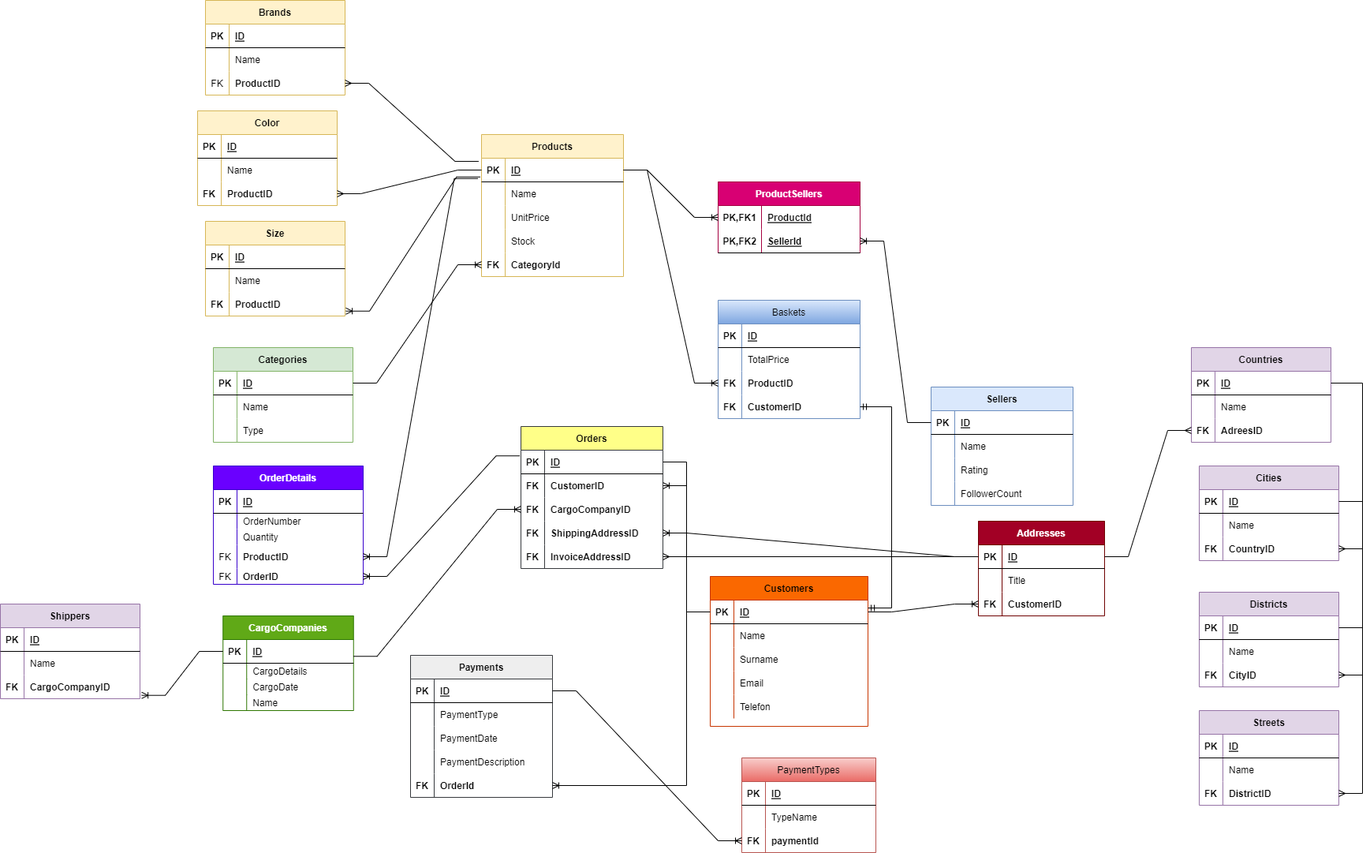
The draw.io diagram ERDiyagramiOdevi.drawio.png in cigdemtok/AkademiEgitimlerim, before a commit. Source tidied: cells renumbered, new cells last; positions are measured from the earlier drawing's top-left corner, leaving out a move shared by most shapes.
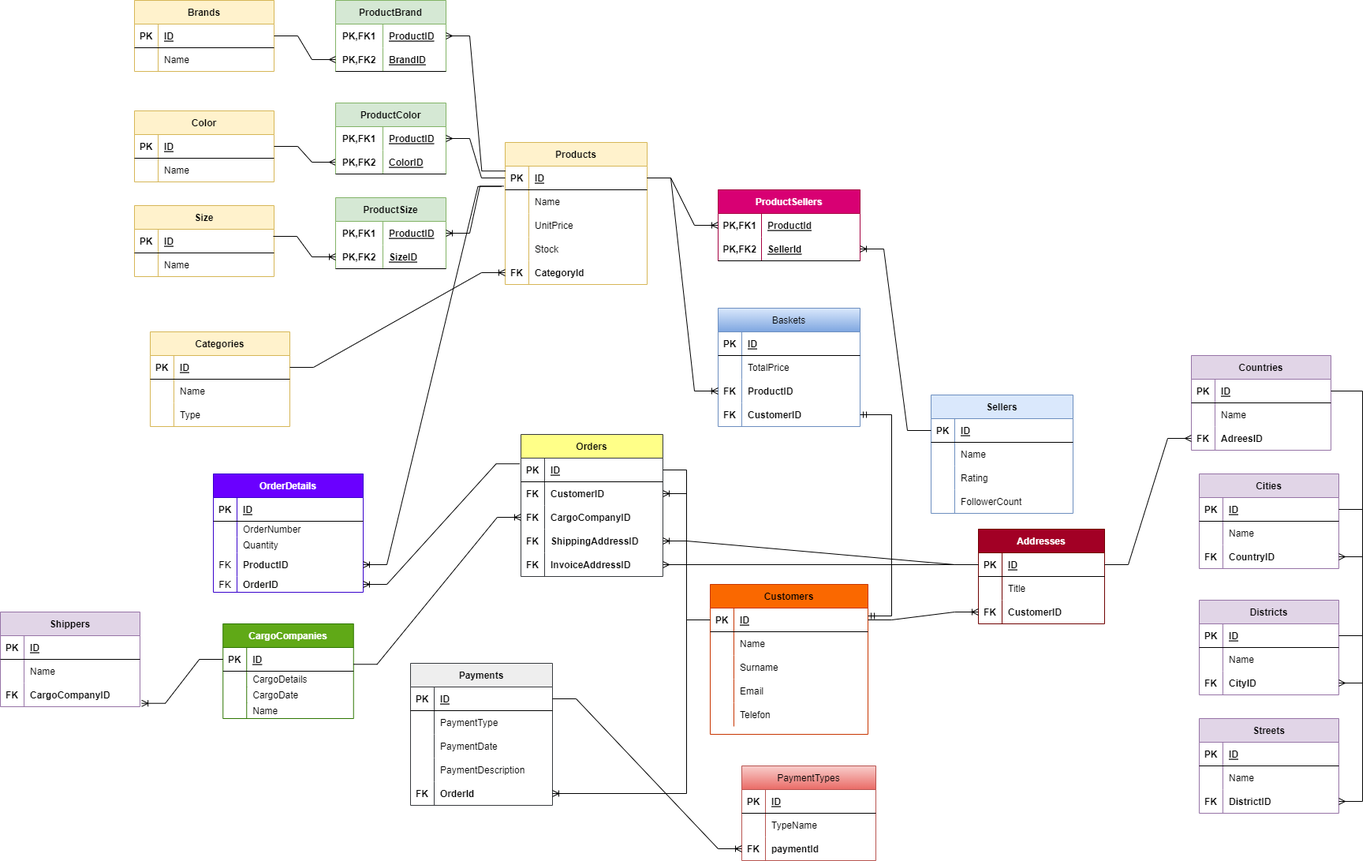
After the change.

Diff of the diagram source:
```diff
@@ -3,7 +3,7 @@
     <mxCell id="0" />
     <mxCell id="1" parent="0" />
     <mxCell id="2" value="Products" style="shape=table;startSize=30;rowLines=0;fontStyle=1;align=center;fillColor=#fff2cc;strokeColor=#d6b656;" parent="1" vertex="1">
-      <mxGeometry x="610" y="170" width="180" height="180" as="geometry" />
+      <mxGeometry x="640" y="170" width="180" height="180" as="geometry" />
     </mxCell>
     <mxCell id="3" style="shape=tableRow;horizontal=0;startSize=0;swimlaneHead=0;swimlaneBody=0;fillColor=none;points=[[0,0.5],[1,0.5]];portConstraint=eastwest;top=0;left=0;right=0;bottom=1;" parent="2" vertex="1">
       <mxGeometry y="30" width="180" height="30" as="geometry" />
@@ -50,8 +50,8 @@
     <mxCell id="17" value="CategoryId" style="shape=partialRectangle;fillColor=none;top=0;left=0;bottom=0;right=0;align=left;spacingLeft=6;overflow=hidden;fontStyle=1;" parent="15" vertex="1">
       <mxGeometry x="30" width="150" height="30" as="geometry" />
     </mxCell>
-    <mxCell id="18" value="Categories" style="shape=table;startSize=30;rowLines=0;fontStyle=1;align=center;fillColor=#d5e8d4;strokeColor=#82b366;" parent="1" vertex="1">
-      <mxGeometry x="270" y="440" width="177" height="120" as="geometry" />
+    <mxCell id="18" value="Categories" style="shape=table;startSize=30;rowLines=0;fontStyle=1;align=center;fillColor=#fff2cc;strokeColor=#d6b656;" parent="1" vertex="1">
+      <mxGeometry x="190" y="410" width="177" height="120" as="geometry" />
     </mxCell>
     <mxCell id="19" style="shape=tableRow;horizontal=0;startSize=0;swimlaneHead=0;swimlaneBody=0;fillColor=none;points=[[0,0.5],[1,0.5]];portConstraint=eastwest;top=0;left=0;right=0;bottom=1;" parent="18" vertex="1">
       <mxGeometry y="30" width="177" height="30" as="geometry" />
@@ -512,7 +512,7 @@
       </mxGeometry>
     </mxCell>
     <mxCell id="171" value="Size" style="shape=table;startSize=30;rowLines=0;fontStyle=1;align=center;fillColor=#fff2cc;strokeColor=#d6b656;" parent="1" vertex="1">
-      <mxGeometry x="260" y="280" width="177" height="120" as="geometry" />
+      <mxGeometry x="170" y="250" width="177" height="90" as="geometry" />
     </mxCell>
     <mxCell id="172" style="shape=tableRow;horizontal=0;startSize=0;swimlaneHead=0;swimlaneBody=0;fillColor=none;points=[[0,0.5],[1,0.5]];portConstraint=eastwest;top=0;left=0;right=0;bottom=1;" parent="171" vertex="1">
       <mxGeometry y="30" width="177" height="30" as="geometry" />
@@ -532,17 +532,8 @@
     <mxCell id="177" value="Name" style="shape=partialRectangle;fillColor=none;top=0;left=0;bottom=0;right=0;align=left;spacingLeft=6;overflow=hidden;" parent="175" vertex="1">
       <mxGeometry x="30" width="147" height="30" as="geometry" />
     </mxCell>
-    <mxCell id="178" style="shape=tableRow;horizontal=0;startSize=0;swimlaneHead=0;swimlaneBody=0;fillColor=none;points=[[0,0.5],[1,0.5]];portConstraint=eastwest;top=0;left=0;right=0;bottom=0;" parent="171" vertex="1">
-      <mxGeometry y="90" width="177" height="30" as="geometry" />
-    </mxCell>
-    <mxCell id="179" value="FK" style="shape=partialRectangle;fillColor=none;top=0;left=0;bottom=0;right=0;overflow=hidden;fontStyle=1;" parent="178" vertex="1">
-      <mxGeometry width="30" height="30" as="geometry" />
-    </mxCell>
-    <mxCell id="180" value="ProductID" style="shape=partialRectangle;fillColor=none;top=0;left=0;bottom=0;right=0;align=left;spacingLeft=6;overflow=hidden;fontStyle=1;" parent="178" vertex="1">
-      <mxGeometry x="30" width="147" height="30" as="geometry" />
-    </mxCell>
     <mxCell id="181" value="Color" style="shape=table;startSize=30;rowLines=0;fontStyle=1;align=center;fillColor=#fff2cc;strokeColor=#d6b656;" parent="1" vertex="1">
-      <mxGeometry x="250" y="140" width="177" height="120" as="geometry" />
+      <mxGeometry x="170" y="130" width="177" height="90" as="geometry" />
     </mxCell>
     <mxCell id="182" style="shape=tableRow;horizontal=0;startSize=0;swimlaneHead=0;swimlaneBody=0;fillColor=none;points=[[0,0.5],[1,0.5]];portConstraint=eastwest;top=0;left=0;right=0;bottom=1;" parent="181" vertex="1">
       <mxGeometry y="30" width="177" height="30" as="geometry" />
@@ -562,16 +553,7 @@
     <mxCell id="187" value="Name" style="shape=partialRectangle;fillColor=none;top=0;left=0;bottom=0;right=0;align=left;spacingLeft=6;overflow=hidden;" parent="185" vertex="1">
       <mxGeometry x="30" width="147" height="30" as="geometry" />
     </mxCell>
-    <mxCell id="188" style="shape=tableRow;horizontal=0;startSize=0;swimlaneHead=0;swimlaneBody=0;fillColor=none;points=[[0,0.5],[1,0.5]];portConstraint=eastwest;top=0;left=0;right=0;bottom=0;" parent="181" vertex="1">
-      <mxGeometry y="90" width="177" height="30" as="geometry" />
-    </mxCell>
-    <mxCell id="189" value="FK" style="shape=partialRectangle;fillColor=none;top=0;left=0;bottom=0;right=0;overflow=hidden;fontStyle=1;" parent="188" vertex="1">
-      <mxGeometry width="30" height="30" as="geometry" />
-    </mxCell>
-    <mxCell id="190" value="ProductID" style="shape=partialRectangle;fillColor=none;top=0;left=0;bottom=0;right=0;align=left;spacingLeft=6;overflow=hidden;fontStyle=1;" parent="188" vertex="1">
-      <mxGeometry x="30" width="147" height="30" as="geometry" />
-    </mxCell>
-    <mxCell id="191" style="edgeStyle=entityRelationEdgeStyle;fontSize=12;html=1;endArrow=ERmany;rounded=0;exitX=0;exitY=0.5;exitDx=0;exitDy=0;entryX=1;entryY=0.5;entryDx=0;entryDy=0;" parent="1" edge="1" source="3" target="188">
+    <mxCell id="191" style="edgeStyle=entityRelationEdgeStyle;fontSize=12;html=1;endArrow=ERmany;rounded=0;exitX=1;exitY=0.5;exitDx=0;exitDy=0;entryX=0;entryY=0.5;entryDx=0;entryDy=0;" parent="1" edge="1" source="182" target="272">
       <mxGeometry relative="1" as="geometry" />
     </mxCell>
     <mxCell id="192" value="Shippers" style="shape=table;startSize=30;rowLines=0;fontStyle=1;align=center;fillColor=#e1d5e7;strokeColor=#9673a6;" parent="1" vertex="1">
@@ -737,7 +719,7 @@
       <mxGeometry relative="1" as="geometry" />
     </mxCell>
     <mxCell id="246" value="Brands" style="shape=table;startSize=30;rowLines=0;fontStyle=1;align=center;fillColor=#fff2cc;strokeColor=#d6b656;" parent="1" vertex="1">
-      <mxGeometry x="260" width="177" height="120" as="geometry" />
+      <mxGeometry x="170" y="-10" width="177" height="90" as="geometry" />
     </mxCell>
     <mxCell id="247" style="shape=tableRow;horizontal=0;startSize=0;swimlaneHead=0;swimlaneBody=0;fillColor=none;points=[[0,0.5],[1,0.5]];portConstraint=eastwest;top=0;left=0;right=0;bottom=1;" parent="246" vertex="1">
       <mxGeometry y="30" width="177" height="30" as="geometry" />
@@ -757,26 +739,89 @@
     <mxCell id="252" value="Name" style="shape=partialRectangle;fillColor=none;top=0;left=0;bottom=0;right=0;align=left;spacingLeft=6;overflow=hidden;" parent="250" vertex="1">
       <mxGeometry x="30" width="147" height="30" as="geometry" />
     </mxCell>
-    <mxCell id="253" style="shape=tableRow;horizontal=0;startSize=0;swimlaneHead=0;swimlaneBody=0;fillColor=none;points=[[0,0.5],[1,0.5]];portConstraint=eastwest;top=0;left=0;right=0;bottom=0;" parent="246" vertex="1">
-      <mxGeometry y="90" width="177" height="30" as="geometry" />
-    </mxCell>
-    <mxCell id="254" value="FK" style="shape=partialRectangle;fillColor=none;top=0;left=0;bottom=0;right=0;overflow=hidden;" parent="253" vertex="1">
-      <mxGeometry width="30" height="30" as="geometry" />
-    </mxCell>
-    <mxCell id="255" value="ProductID" style="shape=partialRectangle;fillColor=none;top=0;left=0;bottom=0;right=0;align=left;spacingLeft=6;overflow=hidden;fontStyle=1;" parent="253" vertex="1">
-      <mxGeometry x="30" width="147" height="30" as="geometry" />
-    </mxCell>
-    <mxCell id="256" style="edgeStyle=entityRelationEdgeStyle;fontSize=12;html=1;endArrow=ERoneToMany;rounded=0;exitX=-0.009;exitY=0.792;exitDx=0;exitDy=0;exitPerimeter=0;entryX=1.006;entryY=0.792;entryDx=0;entryDy=0;entryPerimeter=0;" parent="1" edge="1" source="3" target="178">
-      <mxGeometry relative="1" as="geometry" />
-    </mxCell>
-    <mxCell id="257" style="edgeStyle=entityRelationEdgeStyle;fontSize=12;html=1;endArrow=ERmany;rounded=0;exitX=-0.02;exitY=0.133;exitDx=0;exitDy=0;entryX=1;entryY=0.5;entryDx=0;entryDy=0;exitPerimeter=0;" parent="1" edge="1" source="3" target="253">
-      <mxGeometry relative="1" as="geometry" />
-    </mxCell>
     <mxCell id="258" style="edgeStyle=entityRelationEdgeStyle;fontSize=12;html=1;endArrow=ERoneToMany;rounded=0;exitX=0;exitY=0.5;exitDx=0;exitDy=0;entryX=1.012;entryY=0.857;entryDx=0;entryDy=0;entryPerimeter=0;" parent="1" edge="1" source="78" target="199">
       <mxGeometry relative="1" as="geometry" />
     </mxCell>
     <mxCell id="259" style="edgeStyle=entityRelationEdgeStyle;fontSize=12;html=1;endArrow=ERmany;rounded=0;entryX=1;entryY=0.5;entryDx=0;entryDy=0;exitX=0;exitY=0.5;exitDx=0;exitDy=0;" parent="1" edge="1" source="45" target="145">
       <mxGeometry relative="1" as="geometry" />
     </mxCell>
+    <mxCell id="260" value="ProductBrand" style="shape=table;startSize=30;rowLines=0;fontStyle=1;align=center;fillColor=#d5e8d4;strokeColor=#82b366;" parent="1" vertex="1">
+      <mxGeometry x="425" y="-10" width="140" height="90" as="geometry" />
+    </mxCell>
+    <mxCell id="261" style="shape=tableRow;horizontal=0;startSize=0;swimlaneHead=0;swimlaneBody=0;fillColor=none;points=[[0,0.5],[1,0.5]];portConstraint=eastwest;top=0;left=0;right=0;bottom=0;" parent="260" vertex="1">
+      <mxGeometry y="30" width="140" height="30" as="geometry" />
+    </mxCell>
+    <mxCell id="262" value="PK,FK1" style="shape=partialRectangle;fillColor=none;top=0;left=0;bottom=0;right=0;fontStyle=1;overflow=hidden;" parent="261" vertex="1">
+      <mxGeometry width="60" height="30" as="geometry" />
+    </mxCell>
+    <mxCell id="263" value="ProductID" style="shape=partialRectangle;fillColor=none;top=0;left=0;bottom=0;right=0;align=left;spacingLeft=6;fontStyle=5;overflow=hidden;" parent="261" vertex="1">
+      <mxGeometry x="60" width="80" height="30" as="geometry" />
+    </mxCell>
+    <mxCell id="264" style="shape=tableRow;horizontal=0;startSize=0;swimlaneHead=0;swimlaneBody=0;fillColor=none;points=[[0,0.5],[1,0.5]];portConstraint=eastwest;top=0;left=0;right=0;bottom=1;" parent="260" vertex="1">
+      <mxGeometry y="60" width="140" height="30" as="geometry" />
+    </mxCell>
+    <mxCell id="265" value="PK,FK2" style="shape=partialRectangle;fillColor=none;top=0;left=0;bottom=0;right=0;fontStyle=1;overflow=hidden;" parent="264" vertex="1">
+      <mxGeometry width="60" height="30" as="geometry" />
+    </mxCell>
+    <mxCell id="266" value="BrandID" style="shape=partialRectangle;fillColor=none;top=0;left=0;bottom=0;right=0;align=left;spacingLeft=6;fontStyle=5;overflow=hidden;" parent="264" vertex="1">
+      <mxGeometry x="60" width="80" height="30" as="geometry" />
+    </mxCell>
+    <mxCell id="257" style="edgeStyle=entityRelationEdgeStyle;fontSize=12;html=1;endArrow=ERmany;rounded=0;exitX=1;exitY=0.5;exitDx=0;exitDy=0;entryX=0;entryY=0.5;entryDx=0;entryDy=0;" parent="1" edge="1" source="247" target="264">
+      <mxGeometry relative="1" as="geometry" />
+    </mxCell>
+    <mxCell id="267" style="edgeStyle=entityRelationEdgeStyle;fontSize=12;html=1;endArrow=ERmany;rounded=0;exitX=0.002;exitY=0.207;exitDx=0;exitDy=0;entryX=1;entryY=0.5;entryDx=0;entryDy=0;exitPerimeter=0;" parent="1" edge="1" source="3" target="261">
+      <mxGeometry relative="1" as="geometry" />
+    </mxCell>
+    <mxCell id="268" value="ProductColor" style="shape=table;startSize=30;rowLines=0;fontStyle=1;align=center;fillColor=#d5e8d4;strokeColor=#82b366;" parent="1" vertex="1">
+      <mxGeometry x="425" y="120" width="140" height="90" as="geometry" />
+    </mxCell>
+    <mxCell id="269" style="shape=tableRow;horizontal=0;startSize=0;swimlaneHead=0;swimlaneBody=0;fillColor=none;points=[[0,0.5],[1,0.5]];portConstraint=eastwest;top=0;left=0;right=0;bottom=0;" parent="268" vertex="1">
+      <mxGeometry y="30" width="140" height="30" as="geometry" />
+    </mxCell>
+    <mxCell id="270" value="PK,FK1" style="shape=partialRectangle;fillColor=none;top=0;left=0;bottom=0;right=0;fontStyle=1;overflow=hidden;" parent="269" vertex="1">
+      <mxGeometry width="60" height="30" as="geometry" />
+    </mxCell>
+    <mxCell id="271" value="ProductID" style="shape=partialRectangle;fillColor=none;top=0;left=0;bottom=0;right=0;align=left;spacingLeft=6;fontStyle=5;overflow=hidden;" parent="269" vertex="1">
+      <mxGeometry x="60" width="80" height="30" as="geometry" />
+    </mxCell>
+    <mxCell id="272" style="shape=tableRow;horizontal=0;startSize=0;swimlaneHead=0;swimlaneBody=0;fillColor=none;points=[[0,0.5],[1,0.5]];portConstraint=eastwest;top=0;left=0;right=0;bottom=1;" parent="268" vertex="1">
+      <mxGeometry y="60" width="140" height="30" as="geometry" />
+    </mxCell>
+    <mxCell id="273" value="PK,FK2" style="shape=partialRectangle;fillColor=none;top=0;left=0;bottom=0;right=0;fontStyle=1;overflow=hidden;" parent="272" vertex="1">
+      <mxGeometry width="60" height="30" as="geometry" />
+    </mxCell>
+    <mxCell id="274" value="ColorID" style="shape=partialRectangle;fillColor=none;top=0;left=0;bottom=0;right=0;align=left;spacingLeft=6;fontStyle=5;overflow=hidden;" parent="272" vertex="1">
+      <mxGeometry x="60" width="80" height="30" as="geometry" />
+    </mxCell>
+    <mxCell id="275" style="edgeStyle=entityRelationEdgeStyle;fontSize=12;html=1;endArrow=ERmany;rounded=0;entryX=1;entryY=0.5;entryDx=0;entryDy=0;exitX=0;exitY=0.5;exitDx=0;exitDy=0;" parent="1" edge="1" source="3" target="269">
+      <mxGeometry relative="1" as="geometry" />
+    </mxCell>
+    <mxCell id="276" value="ProductSize" style="shape=table;startSize=30;rowLines=0;fontStyle=1;align=center;fillColor=#d5e8d4;strokeColor=#82b366;" parent="1" vertex="1">
+      <mxGeometry x="425" y="240" width="140" height="90" as="geometry" />
+    </mxCell>
+    <mxCell id="277" style="shape=tableRow;horizontal=0;startSize=0;swimlaneHead=0;swimlaneBody=0;fillColor=none;points=[[0,0.5],[1,0.5]];portConstraint=eastwest;top=0;left=0;right=0;bottom=0;" parent="276" vertex="1">
+      <mxGeometry y="30" width="140" height="30" as="geometry" />
+    </mxCell>
+    <mxCell id="278" value="PK,FK1" style="shape=partialRectangle;fillColor=none;top=0;left=0;bottom=0;right=0;fontStyle=1;overflow=hidden;" parent="277" vertex="1">
+      <mxGeometry width="60" height="30" as="geometry" />
+    </mxCell>
+    <mxCell id="279" value="ProductID" style="shape=partialRectangle;fillColor=none;top=0;left=0;bottom=0;right=0;align=left;spacingLeft=6;fontStyle=5;overflow=hidden;" parent="277" vertex="1">
+      <mxGeometry x="60" width="80" height="30" as="geometry" />
+    </mxCell>
+    <mxCell id="280" style="shape=tableRow;horizontal=0;startSize=0;swimlaneHead=0;swimlaneBody=0;fillColor=none;points=[[0,0.5],[1,0.5]];portConstraint=eastwest;top=0;left=0;right=0;bottom=1;" parent="276" vertex="1">
+      <mxGeometry y="60" width="140" height="30" as="geometry" />
+    </mxCell>
+    <mxCell id="281" value="PK,FK2" style="shape=partialRectangle;fillColor=none;top=0;left=0;bottom=0;right=0;fontStyle=1;overflow=hidden;" parent="280" vertex="1">
+      <mxGeometry width="60" height="30" as="geometry" />
+    </mxCell>
+    <mxCell id="282" value="SizeID" style="shape=partialRectangle;fillColor=none;top=0;left=0;bottom=0;right=0;align=left;spacingLeft=6;fontStyle=5;overflow=hidden;" parent="280" vertex="1">
+      <mxGeometry x="60" width="80" height="30" as="geometry" />
+    </mxCell>
+    <mxCell id="256" style="edgeStyle=entityRelationEdgeStyle;fontSize=12;html=1;endArrow=ERoneToMany;rounded=0;exitX=0.994;exitY=0.3;exitDx=0;exitDy=0;exitPerimeter=0;entryX=0;entryY=0.5;entryDx=0;entryDy=0;" parent="1" edge="1" source="172" target="280">
+      <mxGeometry relative="1" as="geometry" />
+    </mxCell>
+    <mxCell id="283" style="edgeStyle=entityRelationEdgeStyle;fontSize=12;html=1;endArrow=ERoneToMany;rounded=0;exitX=-0.011;exitY=0.847;exitDx=0;exitDy=0;exitPerimeter=0;entryX=1;entryY=0.5;entryDx=0;entryDy=0;" parent="1" edge="1" source="3" target="277">
+      <mxGeometry relative="1" as="geometry" />
+    </mxCell>
   </root>
 </mxGraphModel>
```
